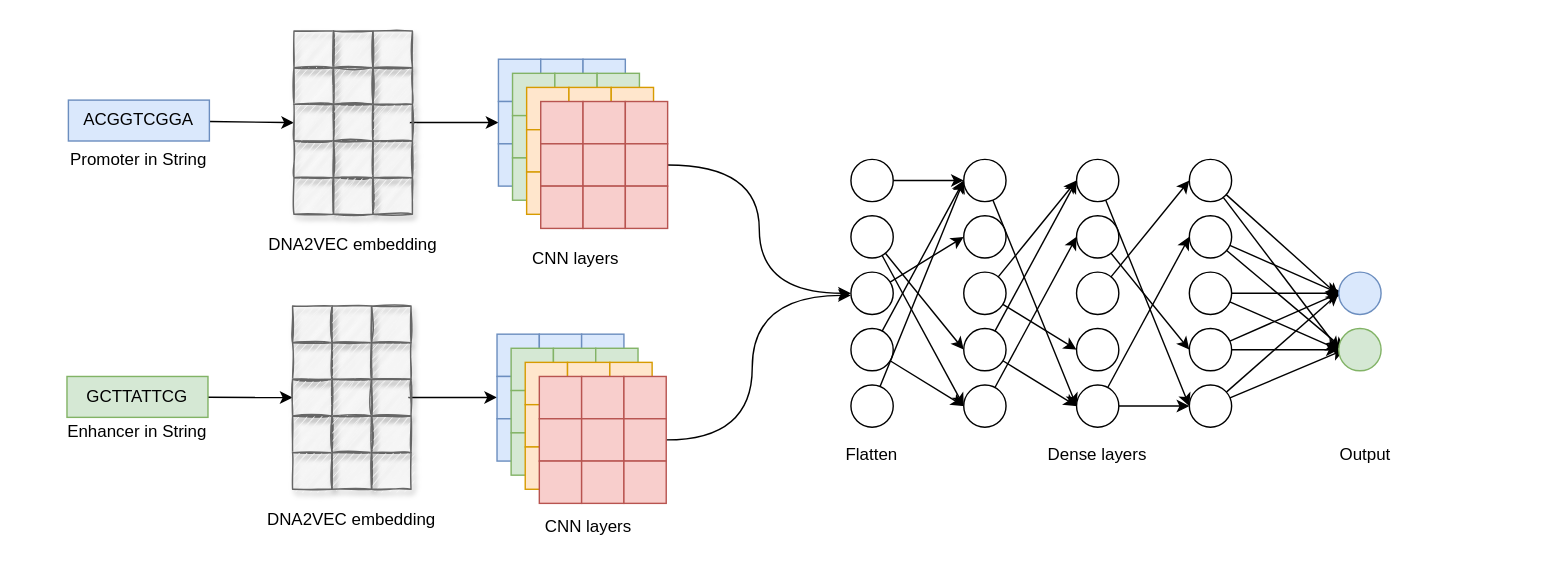
Above: embedding_cnn_two_branch.drawio in NaiveTom/draw.io (draw.io), before the change. Source tidied: cells renumbered, new cells numbered last; positions are measured from the earlier drawing's top-left corner, leaving out a move shared by most shapes. Both pictures are drawn from the tidied source at 141%, with x=0, y=0 at pixel (24, 30).
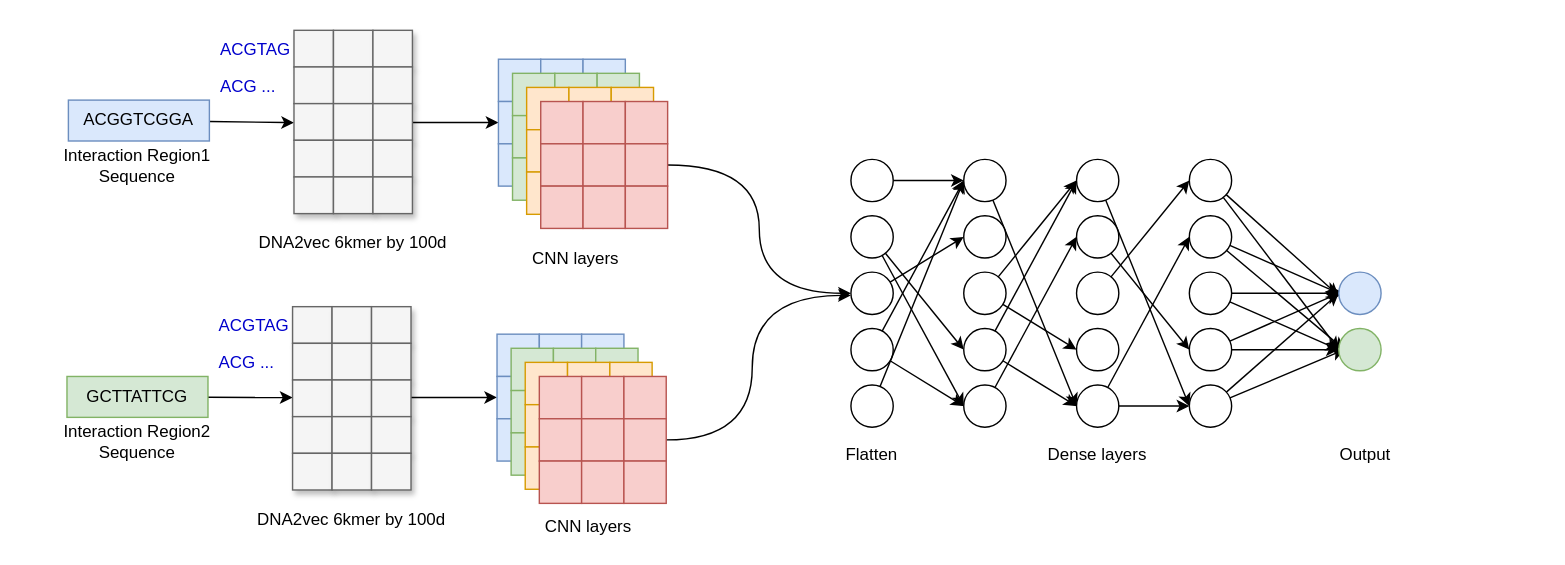
The same page after the edit.

Unchanged cells that the change refers to:
```xml
<mxCell id="58" value="&lt;div&gt;ACGGTCGGA&lt;/div&gt;" style="text;html=1;strokeColor=#6c8ebf;fillColor=#dae8fc;align=center;verticalAlign=middle;whiteSpace=wrap;rounded=0;" parent="1" vertex="1">
  <mxGeometry x="31" y="49.5" width="100" height="29" as="geometry" />
</mxCell>
<mxCell id="60" value="GCTTATTCG" style="text;html=1;strokeColor=#82b366;fillColor=#d5e8d4;align=center;verticalAlign=middle;whiteSpace=wrap;rounded=0;" parent="1" vertex="1">
  <mxGeometry x="30" y="245.5" width="100" height="29" as="geometry" />
</mxCell>
```

Diff of the diagram source:
```diff
@@
-    <mxCell id="55" value="&lt;div&gt;Promoter in String&lt;/div&gt;" style="text;html=1;strokeColor=none;fillColor=none;align=center;verticalAlign=middle;whiteSpace=wrap;rounded=0;" parent="1" vertex="1">
-      <mxGeometry x="1" y="81.5" width="160" height="20" as="geometry" />
-    </mxCell>
-    <mxCell id="56" value="&lt;div&gt;Enhancer in String&lt;/div&gt;" style="text;html=1;strokeColor=none;fillColor=none;align=center;verticalAlign=middle;whiteSpace=wrap;rounded=0;" parent="1" vertex="1">
-      <mxGeometry y="274.5" width="160" height="20" as="geometry" />
-    </mxCell>
-    <mxCell id="57" style="edgeStyle=none;rounded=0;jettySize=auto;html=1;entryX=0;entryY=0.5;entryDx=0;entryDy=0;" parent="1" edge="1" source="58" target="106">
-      <mxGeometry relative="1" as="geometry" />
+    <mxCell id="57" style="edgeStyle=none;rounded=0;jettySize=auto;html=1;entryX=0;entryY=0.5;entryDx=0;entryDy=0;" parent="1" edge="1" source="58">
+      <mxGeometry relative="1" as="geometry">
+        <mxPoint x="191" y="65.5" as="targetPoint" />
+      </mxGeometry>
     </mxCell>
@@
-    <mxCell id="59" style="edgeStyle=none;rounded=0;jettySize=auto;html=1;entryX=0;entryY=0.5;entryDx=0;entryDy=0;" parent="1" edge="1" source="60" target="160">
-      <mxGeometry relative="1" as="geometry" />
+    <mxCell id="59" style="edgeStyle=none;rounded=0;orthogonalLoop=1;jettySize=auto;html=1;entryX=0;entryY=0.5;entryDx=0;entryDy=0;" parent="1" edge="1">
+      <mxGeometry relative="1" as="geometry">
+        <mxPoint x="130" y="260.2" as="sourcePoint" />
+        <mxPoint x="190" y="260.5" as="targetPoint" />
+      </mxGeometry>
     </mxCell>
@@
-    <mxCell id="61" style="rounded=0;whiteSpace=wrap;html=1;shadow=1;glass=0;sketch=1;fillColor=#f5f5f5;strokeColor=#666666;fontColor=#333333;" parent="1" vertex="1">
-      <mxGeometry x="191" y="0.5" width="28" height="26" as="geometry" />
-    </mxCell>
@@
-    <mxCell id="63" value="DNA2VEC embedding" style="text;html=1;strokeColor=none;fillColor=none;align=center;verticalAlign=middle;whiteSpace=wrap;rounded=0;" parent="1" vertex="1">
-      <mxGeometry x="153" y="141.5" width="160" height="20" as="geometry" />
-    </mxCell>
@@
-    <mxCell id="101" style="rounded=0;whiteSpace=wrap;html=1;shadow=1;glass=0;sketch=1;fillColor=#f5f5f5;strokeColor=#666666;fontColor=#333333;" parent="1" vertex="1">
-      <mxGeometry x="219" y="0.5" width="28" height="26" as="geometry" />
-    </mxCell>
-    <mxCell id="102" style="rounded=0;whiteSpace=wrap;html=1;shadow=1;glass=0;sketch=1;fillColor=#f5f5f5;strokeColor=#666666;fontColor=#333333;" parent="1" vertex="1">
-      <mxGeometry x="247" y="0.5" width="28" height="26" as="geometry" />
-    </mxCell>
-    <mxCell id="103" style="rounded=0;whiteSpace=wrap;html=1;shadow=1;glass=0;sketch=1;fillColor=#f5f5f5;strokeColor=#666666;fontColor=#333333;" parent="1" vertex="1">
-      <mxGeometry x="191" y="26.5" width="28" height="26" as="geometry" />
-    </mxCell>
-    <mxCell id="104" style="rounded=0;whiteSpace=wrap;html=1;shadow=1;glass=0;sketch=1;fillColor=#f5f5f5;strokeColor=#666666;fontColor=#333333;" parent="1" vertex="1">
-      <mxGeometry x="219" y="26.5" width="28" height="26" as="geometry" />
-    </mxCell>
-    <mxCell id="105" style="rounded=0;whiteSpace=wrap;html=1;shadow=1;glass=0;sketch=1;fillColor=#f5f5f5;strokeColor=#666666;fontColor=#333333;" parent="1" vertex="1">
-      <mxGeometry x="247" y="26.5" width="28" height="26" as="geometry" />
-    </mxCell>
-    <mxCell id="106" style="rounded=0;whiteSpace=wrap;html=1;shadow=1;glass=0;sketch=1;fillColor=#f5f5f5;strokeColor=#666666;fontColor=#333333;" parent="1" vertex="1">
-      <mxGeometry x="191" y="52.5" width="28" height="26" as="geometry" />
-    </mxCell>
-    <mxCell id="107" style="rounded=0;whiteSpace=wrap;html=1;shadow=1;glass=0;sketch=1;fillColor=#f5f5f5;strokeColor=#666666;fontColor=#333333;" parent="1" vertex="1">
-      <mxGeometry x="219" y="52.5" width="28" height="26" as="geometry" />
-    </mxCell>
-    <mxCell id="108" style="rounded=0;whiteSpace=wrap;html=1;shadow=1;glass=0;sketch=1;fillColor=#f5f5f5;strokeColor=#666666;fontColor=#333333;" parent="1" vertex="1">
-      <mxGeometry x="247" y="52.5" width="28" height="26" as="geometry" />
-    </mxCell>
-    <mxCell id="109" style="rounded=0;whiteSpace=wrap;html=1;shadow=1;glass=0;sketch=1;fillColor=#f5f5f5;strokeColor=#666666;fontColor=#333333;" parent="1" vertex="1">
-      <mxGeometry x="191" y="78.5" width="28" height="26" as="geometry" />
-    </mxCell>
-    <mxCell id="110" style="rounded=0;whiteSpace=wrap;html=1;shadow=1;glass=0;sketch=1;fillColor=#f5f5f5;strokeColor=#666666;fontColor=#333333;" parent="1" vertex="1">
-      <mxGeometry x="219" y="78.5" width="28" height="26" as="geometry" />
-    </mxCell>
-    <mxCell id="111" style="rounded=0;whiteSpace=wrap;html=1;shadow=1;glass=0;sketch=1;fillColor=#f5f5f5;strokeColor=#666666;fontColor=#333333;" parent="1" vertex="1">
-      <mxGeometry x="247" y="78.5" width="28" height="26" as="geometry" />
-    </mxCell>
-    <mxCell id="112" style="rounded=0;whiteSpace=wrap;html=1;shadow=1;glass=0;sketch=1;fillColor=#f5f5f5;strokeColor=#666666;fontColor=#333333;" parent="1" vertex="1">
-      <mxGeometry x="191" y="104.5" width="28" height="26" as="geometry" />
-    </mxCell>
-    <mxCell id="113" style="rounded=0;whiteSpace=wrap;html=1;shadow=1;glass=0;sketch=1;fillColor=#f5f5f5;strokeColor=#666666;fontColor=#333333;" parent="1" vertex="1">
-      <mxGeometry x="219" y="104.5" width="28" height="26" as="geometry" />
-    </mxCell>
-    <mxCell id="114" style="rounded=0;whiteSpace=wrap;html=1;shadow=1;glass=0;sketch=1;fillColor=#f5f5f5;strokeColor=#666666;fontColor=#333333;" parent="1" vertex="1">
-      <mxGeometry x="247" y="104.5" width="28" height="26" as="geometry" />
-    </mxCell>
-    <mxCell id="115" style="rounded=0;whiteSpace=wrap;html=1;shadow=1;glass=0;sketch=1;fillColor=#f5f5f5;strokeColor=#666666;fontColor=#333333;" parent="1" vertex="1">
-      <mxGeometry x="190" y="195.5" width="28" height="26" as="geometry" />
-    </mxCell>
@@
-    <mxCell id="117" value="DNA2VEC embedding" style="text;html=1;strokeColor=none;fillColor=none;align=center;verticalAlign=middle;whiteSpace=wrap;rounded=0;" parent="1" vertex="1">
-      <mxGeometry x="152" y="336.5" width="160" height="20" as="geometry" />
-    </mxCell>
@@
-    <mxCell id="155" style="rounded=0;whiteSpace=wrap;html=1;shadow=1;glass=0;sketch=1;fillColor=#f5f5f5;strokeColor=#666666;fontColor=#333333;" parent="1" vertex="1">
-      <mxGeometry x="218" y="195.5" width="28" height="26" as="geometry" />
-    </mxCell>
-    <mxCell id="156" style="rounded=0;whiteSpace=wrap;html=1;shadow=1;glass=0;sketch=1;fillColor=#f5f5f5;strokeColor=#666666;fontColor=#333333;" parent="1" vertex="1">
-      <mxGeometry x="246" y="195.5" width="28" height="26" as="geometry" />
-    </mxCell>
-    <mxCell id="157" style="rounded=0;whiteSpace=wrap;html=1;shadow=1;glass=0;sketch=1;fillColor=#f5f5f5;strokeColor=#666666;fontColor=#333333;" parent="1" vertex="1">
-      <mxGeometry x="190" y="221.5" width="28" height="26" as="geometry" />
-    </mxCell>
-    <mxCell id="158" style="rounded=0;whiteSpace=wrap;html=1;shadow=1;glass=0;sketch=1;fillColor=#f5f5f5;strokeColor=#666666;fontColor=#333333;" parent="1" vertex="1">
-      <mxGeometry x="218" y="221.5" width="28" height="26" as="geometry" />
-    </mxCell>
-    <mxCell id="159" style="rounded=0;whiteSpace=wrap;html=1;shadow=1;glass=0;sketch=1;fillColor=#f5f5f5;strokeColor=#666666;fontColor=#333333;" parent="1" vertex="1">
-      <mxGeometry x="246" y="221.5" width="28" height="26" as="geometry" />
-    </mxCell>
-    <mxCell id="160" style="rounded=0;whiteSpace=wrap;html=1;shadow=1;glass=0;sketch=1;fillColor=#f5f5f5;strokeColor=#666666;fontColor=#333333;" parent="1" vertex="1">
-      <mxGeometry x="190" y="247.5" width="28" height="26" as="geometry" />
-    </mxCell>
-    <mxCell id="161" style="rounded=0;whiteSpace=wrap;html=1;shadow=1;glass=0;sketch=1;fillColor=#f5f5f5;strokeColor=#666666;fontColor=#333333;" parent="1" vertex="1">
-      <mxGeometry x="218" y="247.5" width="28" height="26" as="geometry" />
-    </mxCell>
-    <mxCell id="162" style="rounded=0;whiteSpace=wrap;html=1;shadow=1;glass=0;sketch=1;fillColor=#f5f5f5;strokeColor=#666666;fontColor=#333333;" parent="1" vertex="1">
-      <mxGeometry x="246" y="247.5" width="28" height="26" as="geometry" />
-    </mxCell>
-    <mxCell id="163" style="rounded=0;whiteSpace=wrap;html=1;shadow=1;glass=0;sketch=1;fillColor=#f5f5f5;strokeColor=#666666;fontColor=#333333;" parent="1" vertex="1">
-      <mxGeometry x="190" y="273.5" width="28" height="26" as="geometry" />
-    </mxCell>
-    <mxCell id="164" style="rounded=0;whiteSpace=wrap;html=1;shadow=1;glass=0;sketch=1;fillColor=#f5f5f5;strokeColor=#666666;fontColor=#333333;" parent="1" vertex="1">
-      <mxGeometry x="218" y="273.5" width="28" height="26" as="geometry" />
-    </mxCell>
-    <mxCell id="165" style="rounded=0;whiteSpace=wrap;html=1;shadow=1;glass=0;sketch=1;fillColor=#f5f5f5;strokeColor=#666666;fontColor=#333333;" parent="1" vertex="1">
-      <mxGeometry x="246" y="273.5" width="28" height="26" as="geometry" />
-    </mxCell>
-    <mxCell id="166" style="rounded=0;whiteSpace=wrap;html=1;shadow=1;glass=0;sketch=1;fillColor=#f5f5f5;strokeColor=#666666;fontColor=#333333;" parent="1" vertex="1">
-      <mxGeometry x="190" y="299.5" width="28" height="26" as="geometry" />
-    </mxCell>
-    <mxCell id="167" style="rounded=0;whiteSpace=wrap;html=1;shadow=1;glass=0;sketch=1;fillColor=#f5f5f5;strokeColor=#666666;fontColor=#333333;" parent="1" vertex="1">
-      <mxGeometry x="218" y="299.5" width="28" height="26" as="geometry" />
-    </mxCell>
-    <mxCell id="168" style="rounded=0;whiteSpace=wrap;html=1;shadow=1;glass=0;sketch=1;fillColor=#f5f5f5;strokeColor=#666666;fontColor=#333333;" parent="1" vertex="1">
-      <mxGeometry x="246" y="299.5" width="28" height="26" as="geometry" />
-    </mxCell>
@@
+    <mxCell id="171" style="rounded=0;whiteSpace=wrap;html=1;shadow=1;glass=0;sketch=0;fillColor=#f5f5f5;strokeColor=#666666;fontColor=#333333;" parent="1" vertex="1">
+      <mxGeometry x="191" width="28" height="26" as="geometry" />
+    </mxCell>
+    <mxCell id="172" value="DNA2vec 6kmer by 100d" style="text;html=1;strokeColor=none;fillColor=none;align=center;verticalAlign=middle;whiteSpace=wrap;rounded=0;" parent="1" vertex="1">
+      <mxGeometry x="153" y="141" width="160" height="20" as="geometry" />
+    </mxCell>
+    <mxCell id="173" style="rounded=0;whiteSpace=wrap;html=1;shadow=1;glass=0;sketch=0;fillColor=#f5f5f5;strokeColor=#666666;fontColor=#333333;" parent="1" vertex="1">
+      <mxGeometry x="219" width="28" height="26" as="geometry" />
+    </mxCell>
+    <mxCell id="174" style="rounded=0;whiteSpace=wrap;html=1;shadow=1;glass=0;sketch=0;fillColor=#f5f5f5;strokeColor=#666666;fontColor=#333333;" parent="1" vertex="1">
+      <mxGeometry x="247" width="28" height="26" as="geometry" />
+    </mxCell>
+    <mxCell id="175" style="rounded=0;whiteSpace=wrap;html=1;shadow=1;glass=0;sketch=0;fillColor=#f5f5f5;strokeColor=#666666;fontColor=#333333;" parent="1" vertex="1">
+      <mxGeometry x="191" y="26" width="28" height="26" as="geometry" />
+    </mxCell>
+    <mxCell id="176" style="rounded=0;whiteSpace=wrap;html=1;shadow=1;glass=0;sketch=0;fillColor=#f5f5f5;strokeColor=#666666;fontColor=#333333;" parent="1" vertex="1">
+      <mxGeometry x="219" y="26" width="28" height="26" as="geometry" />
+    </mxCell>
+    <mxCell id="177" style="rounded=0;whiteSpace=wrap;html=1;shadow=1;glass=0;sketch=0;fillColor=#f5f5f5;strokeColor=#666666;fontColor=#333333;" parent="1" vertex="1">
+      <mxGeometry x="247" y="26" width="28" height="26" as="geometry" />
+    </mxCell>
+    <mxCell id="178" style="rounded=0;whiteSpace=wrap;html=1;shadow=1;glass=0;sketch=0;fillColor=#f5f5f5;strokeColor=#666666;fontColor=#333333;" parent="1" vertex="1">
+      <mxGeometry x="191" y="52" width="28" height="26" as="geometry" />
+    </mxCell>
+    <mxCell id="179" style="rounded=0;whiteSpace=wrap;html=1;shadow=1;glass=0;sketch=0;fillColor=#f5f5f5;strokeColor=#666666;fontColor=#333333;" parent="1" vertex="1">
+      <mxGeometry x="219" y="52" width="28" height="26" as="geometry" />
+    </mxCell>
+    <mxCell id="180" style="rounded=0;whiteSpace=wrap;html=1;shadow=1;glass=0;sketch=0;fillColor=#f5f5f5;strokeColor=#666666;fontColor=#333333;" parent="1" vertex="1">
+      <mxGeometry x="247" y="52" width="28" height="26" as="geometry" />
+    </mxCell>
+    <mxCell id="181" style="rounded=0;whiteSpace=wrap;html=1;shadow=1;glass=0;sketch=0;fillColor=#f5f5f5;strokeColor=#666666;fontColor=#333333;" parent="1" vertex="1">
+      <mxGeometry x="191" y="78" width="28" height="26" as="geometry" />
+    </mxCell>
+    <mxCell id="182" style="rounded=0;whiteSpace=wrap;html=1;shadow=1;glass=0;sketch=0;fillColor=#f5f5f5;strokeColor=#666666;fontColor=#333333;" parent="1" vertex="1">
+      <mxGeometry x="219" y="78" width="28" height="26" as="geometry" />
+    </mxCell>
+    <mxCell id="183" style="rounded=0;whiteSpace=wrap;html=1;shadow=1;glass=0;sketch=0;fillColor=#f5f5f5;strokeColor=#666666;fontColor=#333333;" parent="1" vertex="1">
+      <mxGeometry x="247" y="78" width="28" height="26" as="geometry" />
+    </mxCell>
+    <mxCell id="184" style="rounded=0;whiteSpace=wrap;html=1;shadow=1;glass=0;sketch=0;fillColor=#f5f5f5;strokeColor=#666666;fontColor=#333333;" parent="1" vertex="1">
+      <mxGeometry x="191" y="104" width="28" height="26" as="geometry" />
+    </mxCell>
+    <mxCell id="185" style="rounded=0;whiteSpace=wrap;html=1;shadow=1;glass=0;sketch=0;fillColor=#f5f5f5;strokeColor=#666666;fontColor=#333333;" parent="1" vertex="1">
+      <mxGeometry x="219" y="104" width="28" height="26" as="geometry" />
+    </mxCell>
+    <mxCell id="186" style="rounded=0;whiteSpace=wrap;html=1;shadow=1;glass=0;sketch=0;fillColor=#f5f5f5;strokeColor=#666666;fontColor=#333333;" parent="1" vertex="1">
+      <mxGeometry x="247" y="104" width="28" height="26" as="geometry" />
+    </mxCell>
+    <mxCell id="187" value="&lt;font color=&quot;#0000CC&quot;&gt;ACGTAG&lt;/font&gt;" style="text;whiteSpace=wrap;html=1;" parent="1" vertex="1">
+      <mxGeometry x="137" width="70" height="30" as="geometry" />
+    </mxCell>
+    <mxCell id="188" value="&lt;font color=&quot;#0000CC&quot;&gt;ACG ...&lt;/font&gt;" style="text;whiteSpace=wrap;html=1;" parent="1" vertex="1">
+      <mxGeometry x="137" y="26" width="70" height="30" as="geometry" />
+    </mxCell>
+    <mxCell id="189" style="rounded=0;whiteSpace=wrap;html=1;shadow=1;glass=0;sketch=0;fillColor=#f5f5f5;strokeColor=#666666;fontColor=#333333;" parent="1" vertex="1">
+      <mxGeometry x="190" y="196" width="28" height="26" as="geometry" />
+    </mxCell>
+    <mxCell id="190" value="DNA2vec 6kmer by 100d" style="text;html=1;strokeColor=none;fillColor=none;align=center;verticalAlign=middle;whiteSpace=wrap;rounded=0;" parent="1" vertex="1">
+      <mxGeometry x="152" y="337" width="160" height="20" as="geometry" />
+    </mxCell>
+    <mxCell id="191" style="rounded=0;whiteSpace=wrap;html=1;shadow=1;glass=0;sketch=0;fillColor=#f5f5f5;strokeColor=#666666;fontColor=#333333;" parent="1" vertex="1">
+      <mxGeometry x="218" y="196" width="28" height="26" as="geometry" />
+    </mxCell>
+    <mxCell id="192" style="rounded=0;whiteSpace=wrap;html=1;shadow=1;glass=0;sketch=0;fillColor=#f5f5f5;strokeColor=#666666;fontColor=#333333;" parent="1" vertex="1">
+      <mxGeometry x="246" y="196" width="28" height="26" as="geometry" />
+    </mxCell>
+    <mxCell id="193" style="rounded=0;whiteSpace=wrap;html=1;shadow=1;glass=0;sketch=0;fillColor=#f5f5f5;strokeColor=#666666;fontColor=#333333;" parent="1" vertex="1">
+      <mxGeometry x="190" y="222" width="28" height="26" as="geometry" />
+    </mxCell>
+    <mxCell id="194" style="rounded=0;whiteSpace=wrap;html=1;shadow=1;glass=0;sketch=0;fillColor=#f5f5f5;strokeColor=#666666;fontColor=#333333;" parent="1" vertex="1">
+      <mxGeometry x="218" y="222" width="28" height="26" as="geometry" />
+    </mxCell>
+    <mxCell id="195" style="rounded=0;whiteSpace=wrap;html=1;shadow=1;glass=0;sketch=0;fillColor=#f5f5f5;strokeColor=#666666;fontColor=#333333;" parent="1" vertex="1">
+      <mxGeometry x="246" y="222" width="28" height="26" as="geometry" />
+    </mxCell>
+    <mxCell id="196" style="rounded=0;whiteSpace=wrap;html=1;shadow=1;glass=0;sketch=0;fillColor=#f5f5f5;strokeColor=#666666;fontColor=#333333;" parent="1" vertex="1">
+      <mxGeometry x="190" y="248" width="28" height="26" as="geometry" />
+    </mxCell>
+    <mxCell id="197" style="rounded=0;whiteSpace=wrap;html=1;shadow=1;glass=0;sketch=0;fillColor=#f5f5f5;strokeColor=#666666;fontColor=#333333;" parent="1" vertex="1">
+      <mxGeometry x="218" y="248" width="28" height="26" as="geometry" />
+    </mxCell>
+    <mxCell id="198" style="rounded=0;whiteSpace=wrap;html=1;shadow=1;glass=0;sketch=0;fillColor=#f5f5f5;strokeColor=#666666;fontColor=#333333;" parent="1" vertex="1">
+      <mxGeometry x="246" y="248" width="28" height="26" as="geometry" />
+    </mxCell>
+    <mxCell id="199" style="rounded=0;whiteSpace=wrap;html=1;shadow=1;glass=0;sketch=0;fillColor=#f5f5f5;strokeColor=#666666;fontColor=#333333;" parent="1" vertex="1">
+      <mxGeometry x="190" y="274" width="28" height="26" as="geometry" />
+    </mxCell>
+    <mxCell id="200" style="rounded=0;whiteSpace=wrap;html=1;shadow=1;glass=0;sketch=0;fillColor=#f5f5f5;strokeColor=#666666;fontColor=#333333;" parent="1" vertex="1">
+      <mxGeometry x="218" y="274" width="28" height="26" as="geometry" />
+    </mxCell>
+    <mxCell id="201" style="rounded=0;whiteSpace=wrap;html=1;shadow=1;glass=0;sketch=0;fillColor=#f5f5f5;strokeColor=#666666;fontColor=#333333;" parent="1" vertex="1">
+      <mxGeometry x="246" y="274" width="28" height="26" as="geometry" />
+    </mxCell>
+    <mxCell id="202" style="rounded=0;whiteSpace=wrap;html=1;shadow=1;glass=0;sketch=0;fillColor=#f5f5f5;strokeColor=#666666;fontColor=#333333;" parent="1" vertex="1">
+      <mxGeometry x="190" y="300" width="28" height="26" as="geometry" />
+    </mxCell>
+    <mxCell id="203" style="rounded=0;whiteSpace=wrap;html=1;shadow=1;glass=0;sketch=0;fillColor=#f5f5f5;strokeColor=#666666;fontColor=#333333;" parent="1" vertex="1">
+      <mxGeometry x="218" y="300" width="28" height="26" as="geometry" />
+    </mxCell>
+    <mxCell id="204" style="rounded=0;whiteSpace=wrap;html=1;shadow=1;glass=0;sketch=0;fillColor=#f5f5f5;strokeColor=#666666;fontColor=#333333;" parent="1" vertex="1">
+      <mxGeometry x="246" y="300" width="28" height="26" as="geometry" />
+    </mxCell>
+    <mxCell id="205" value="&lt;font color=&quot;#0000CC&quot;&gt;ACGTAG&lt;/font&gt;" style="text;whiteSpace=wrap;html=1;" parent="1" vertex="1">
+      <mxGeometry x="136" y="196" width="70" height="30" as="geometry" />
+    </mxCell>
+    <mxCell id="206" value="&lt;font color=&quot;#0000CC&quot;&gt;ACG ...&lt;/font&gt;" style="text;whiteSpace=wrap;html=1;" parent="1" vertex="1">
+      <mxGeometry x="136" y="222" width="70" height="30" as="geometry" />
+    </mxCell>
+    <mxCell id="207" value="Interaction Region1 Sequence" style="text;html=1;strokeColor=none;fillColor=none;align=center;verticalAlign=middle;whiteSpace=wrap;rounded=0;" parent="1" vertex="1">
+      <mxGeometry y="85.5" width="160" height="20" as="geometry" />
+    </mxCell>
+    <mxCell id="208" value="Interaction Region2 Sequence" style="text;html=1;strokeColor=none;fillColor=none;align=center;verticalAlign=middle;whiteSpace=wrap;rounded=0;" parent="1" vertex="1">
+      <mxGeometry y="281.5" width="160" height="20" as="geometry" />
+    </mxCell>
```
